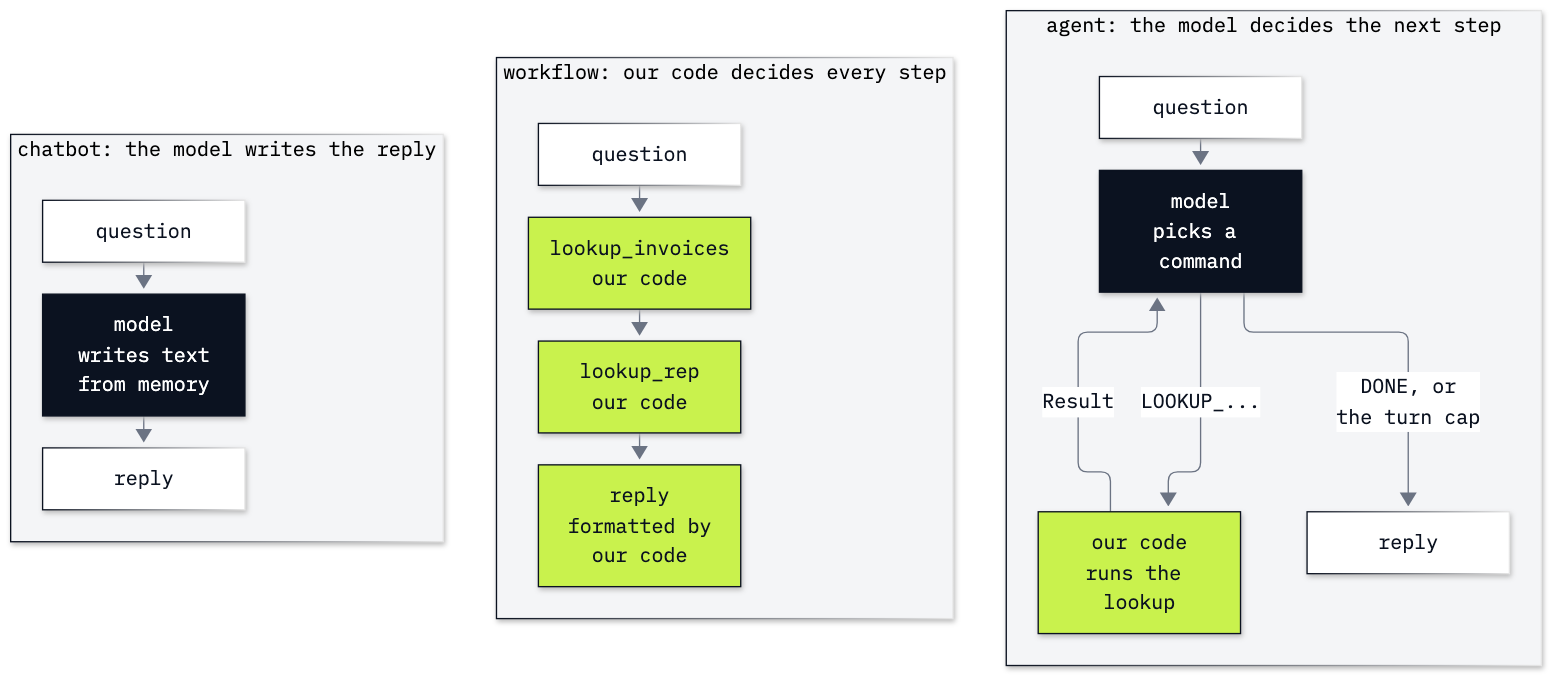
Above: 04_What_Is_An_Agent/resources/lab04_three_shapes.png in tatwan/ai_agents_course (Mermaid), before the change. Its source is kept beside it as 04_What_Is_An_Agent/resources/lab04_three_shapes.mmd.
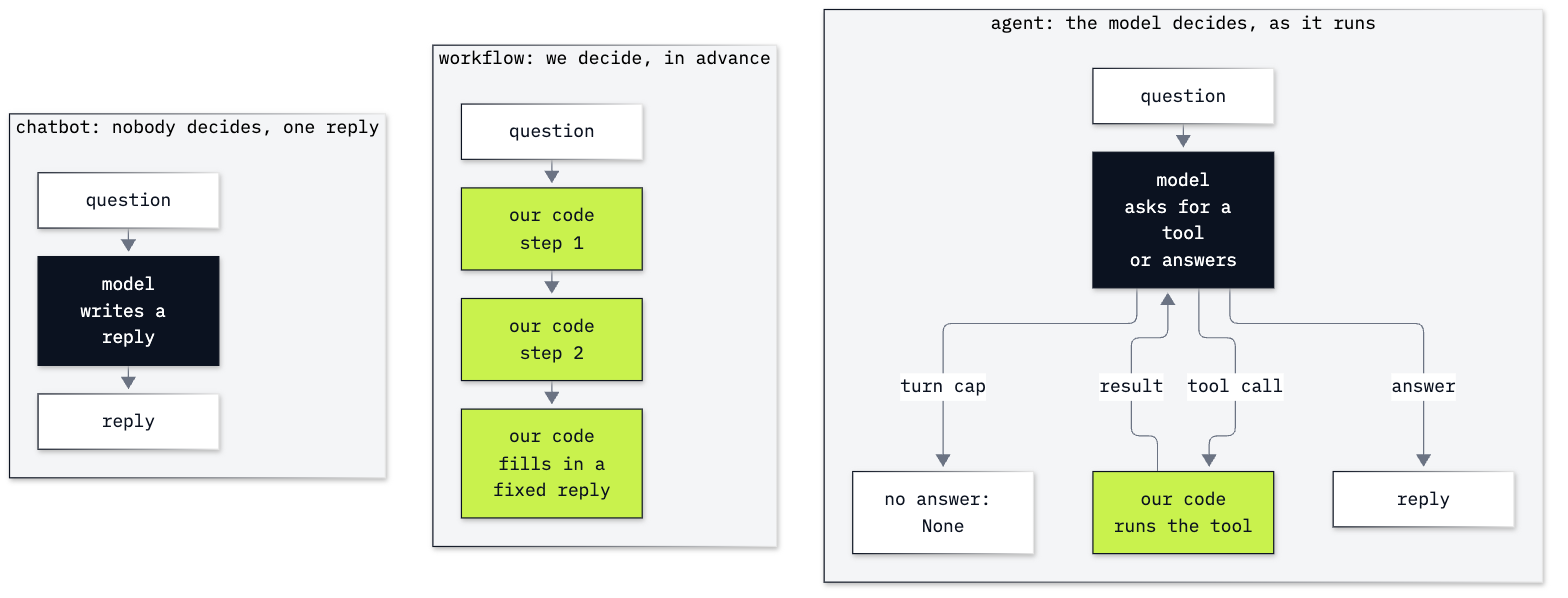
After the commit.

Commit message:
Lab 04: rebuild what an agent is

Change to the diagram source:
```diff
@@ -1,19 +1,20 @@
 %%{init: {"theme": "base", "flowchart": {"curve": "basis", "nodeSpacing": 30, "rankSpacing": 40}, "themeVariables": {"fontFamily": "IBM Plex Mono, monospace", "fontSize": "15px", "primaryColor": "#FFFFFF", "primaryBorderColor": "#0B1220", "primaryTextColor": "#0B1220", "lineColor": "#6B7383", "clusterBkg": "#F4F5F7", "clusterBorder": "#6B7383"}}}%%
 flowchart LR
-    subgraph CHATBOT["chatbot: the model writes the reply"]
+    subgraph CHATBOT["chatbot: nobody decides, one reply"]
         direction TB
-        c0[question] --> c1[model<br/>writes text<br/>from memory] --> c2[reply]
+        c0[question] --> c1[model<br/>writes a reply] --> c2[reply]
     end
-    subgraph WORKFLOW["workflow: our code decides every step"]
+    subgraph WORKFLOW["workflow: we decide, in advance"]
         direction TB
-        w0[question] --> w1[lookup_invoices<br/>our code] --> w2[lookup_rep<br/>our code] --> w3[reply<br/>formatted by<br/>our code]
+        w0[question] --> w1[our code<br/>step 1] --> w2[our code<br/>step 2] --> w3[our code<br/>fills in a<br/>fixed reply]
     end
-    subgraph AGENT["agent: the model decides the next step"]
+    subgraph AGENT["agent: the model decides, as it runs"]
         direction TB
-        a0[question] --> a1[model<br/>picks a command]
-        a1 -->|LOOKUP_...| a2[our code<br/>runs the lookup]
-        a2 -->|Result| a1
-        a1 -->|DONE, or<br/>the turn cap| a3[reply]
+        a0[question] --> a1[model<br/>asks for a tool<br/>or answers]
+        a1 -->|tool call| a2[our code<br/>runs the tool]
+        a2 -->|result| a1
+        a1 -->|answer| a3[reply]
+        a1 -->|turn cap| a4["no answer: None"]
     end
     CHATBOT ~~~ WORKFLOW ~~~ AGENT
     classDef model fill:#0B1220,color:#FFFFFF,stroke:#0B1220
```
